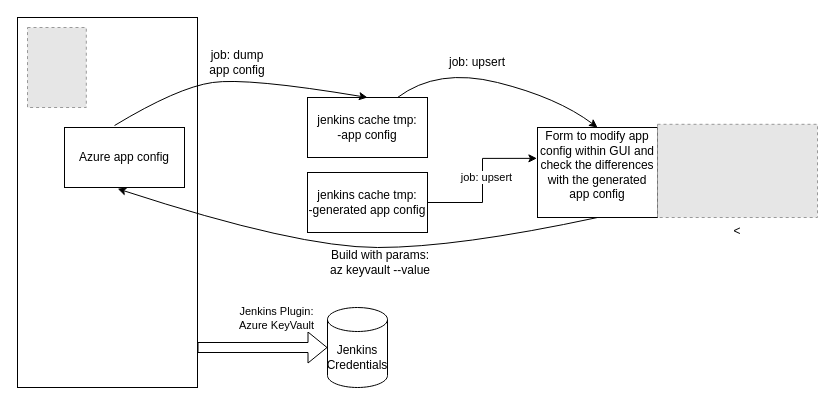
The draw.io diagram Untitled Diagram.drawio in joeakc/AKS, before the edit. Source tidied: cells renumbered, new cells numbered last; positions are measured from the earlier drawing's top-left corner, leaving out a move shared by most shapes. Both pictures are drawn from the tidied source at 100%, with x=0, y=0 at pixel (17, 17). Pictures stored in the file or linked from it are replaced by grey dashed boxes.
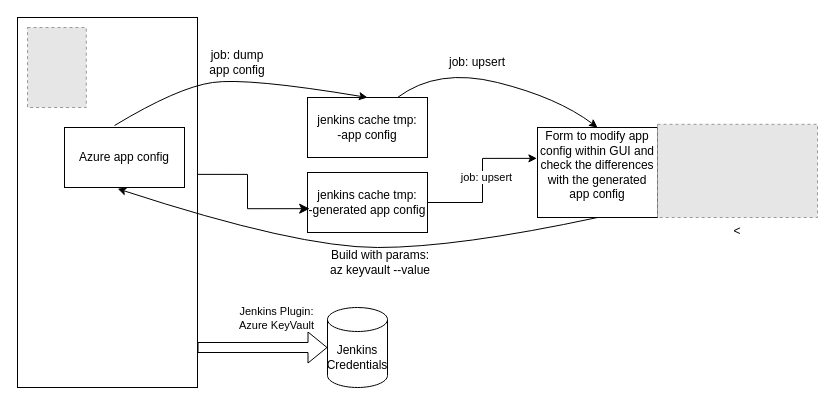
After the change.

The change refers to these unchanged cells:
```xml
<mxCell id="2" style="rounded=0;whiteSpace=wrap;html=1;" parent="1" vertex="1">
  <mxGeometry width="180" height="370" as="geometry" />
</mxCell>
<mxCell id="16" value="jenkins cache tmp:&lt;div&gt;-generated app config&lt;/div&gt;" style="rounded=0;whiteSpace=wrap;html=1;" parent="1" vertex="1">
  <mxGeometry x="290" y="155" width="120" height="60" as="geometry" />
</mxCell>
```

The edit, as a diff of the source:
```diff
@@
+    <mxCell id="20" style="edgeStyle=segmentEdgeStyle;endArrow=classic;html=1;curved=0;rounded=0;endSize=8;startSize=8;sourcePerimeterSpacing=0;targetPerimeterSpacing=0;entryX=0.018;entryY=0.603;entryDx=0;entryDy=0;entryPerimeter=0;exitX=1.003;exitY=0.424;exitDx=0;exitDy=0;exitPerimeter=0;" parent="1" edge="1" source="2" target="16">
+      <mxGeometry relative="1" as="geometry">
+        <Array as="points">
+          <mxPoint x="230" y="157" />
+          <mxPoint x="230" y="191" />
+        </Array>
+      </mxGeometry>
+    </mxCell>
```
